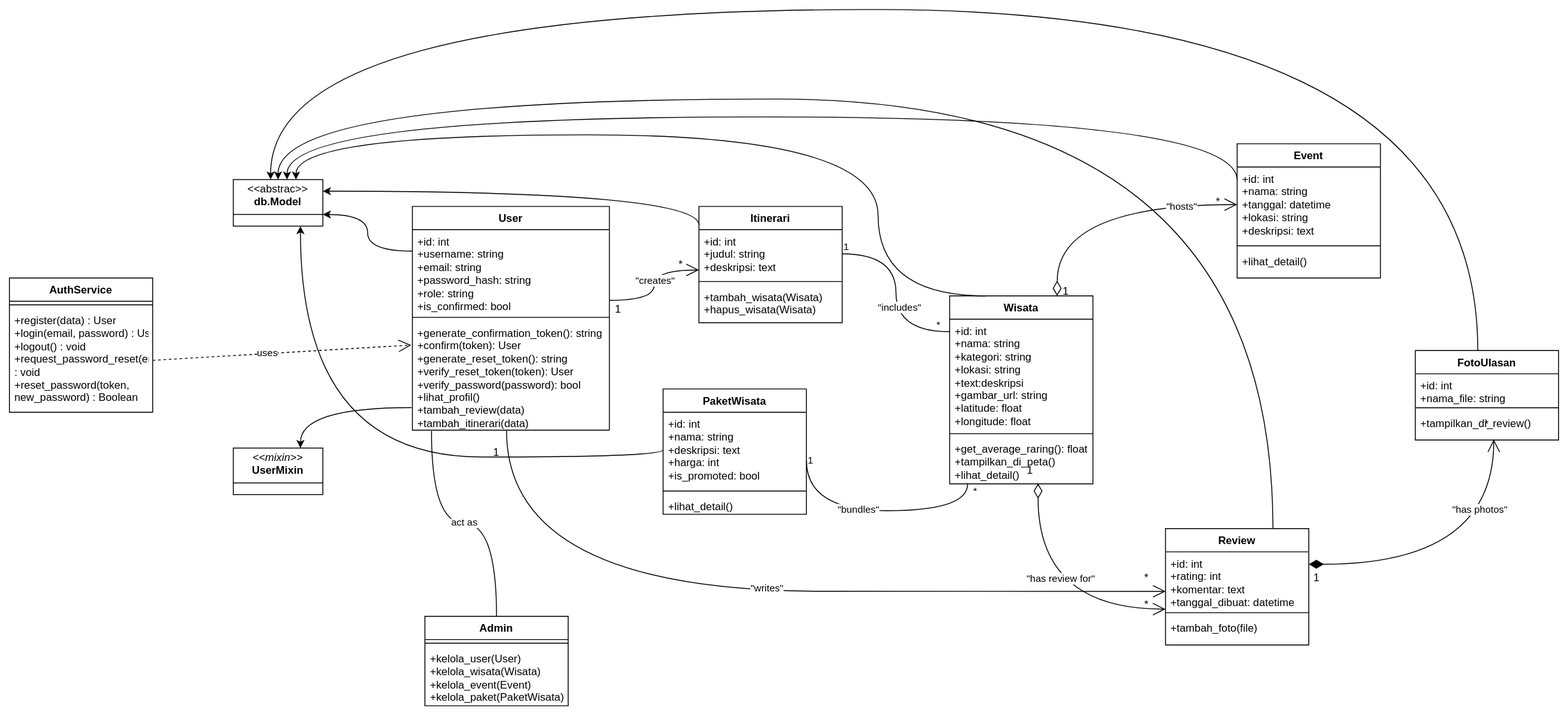
The draw.io diagram assets/architecture/class_diagrams/classdiagram.svg in 0xPutri/Lelana.id, before a commit. Source tidied: cells renumbered, new cells last; positions are measured from the earlier drawing's top-left corner, leaving out a move shared by most shapes.
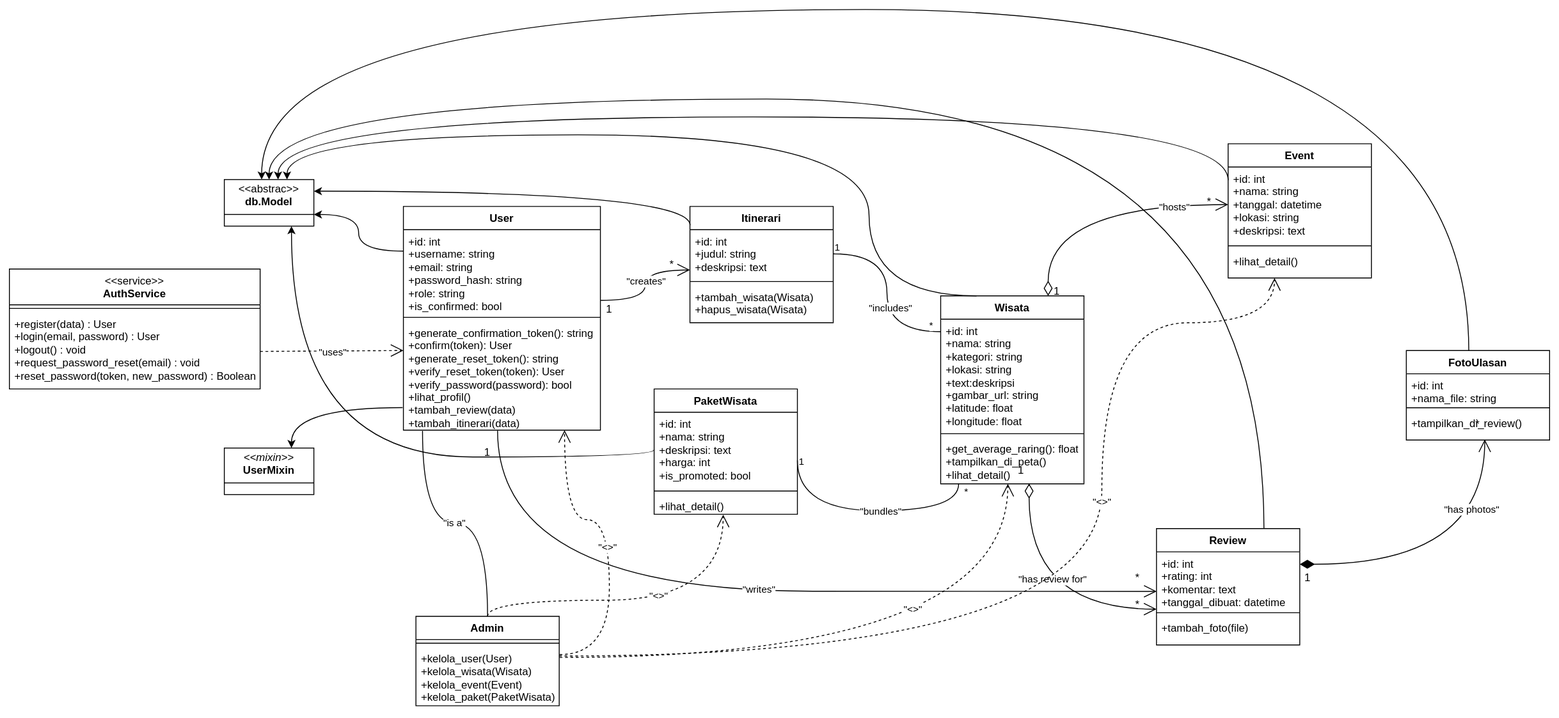
The same diagram one commit later.

Commit message:
docs: refine database normalization and class diagram

Change to the diagram source:
```diff
@@ -126,7 +126,7 @@
       </mxGeometry>
     </mxCell>
     <mxCell id="35" value="&quot;bundles&quot;" style="edgeLabel;html=1;align=center;verticalAlign=middle;" parent="32" vertex="1">
-      <mxGeometry x="-0.15" y="1" relative="1" as="geometry" />
+      <mxGeometry x="0.11" relative="1" as="geometry" />
     </mxCell>
     <mxCell id="36" style="endArrow=classic;html=1;rounded=0;edgeStyle=orthogonalEdgeStyle;curved=1;exitX=0.25;exitY=0;exitDx=0;exitDy=0;entryX=0.7;entryY=0;entryDx=0;entryDy=0;entryPerimeter=0;" parent="1" edge="1" source="22" target="7">
       <mxGeometry relative="1" as="geometry">
@@ -270,23 +270,67 @@
     <mxCell id="71" style="endArrow=none;html=1;rounded=0;entryX=0.5;entryY=0;entryDx=0;entryDy=0;exitX=0.097;exitY=1.007;exitDx=0;exitDy=0;exitPerimeter=0;edgeStyle=orthogonalEdgeStyle;curved=1;" parent="1" edge="1" source="5" target="68">
       <mxGeometry relative="1" as="geometry" />
     </mxCell>
-    <mxCell id="72" value="act as" style="edgeLabel;html=1;align=center;verticalAlign=middle;" parent="71" vertex="1">
+    <mxCell id="72" value="&quot;is a&quot;" style="edgeLabel;html=1;align=center;verticalAlign=middle;" parent="71" vertex="1">
       <mxGeometry x="-0.01" y="1" relative="1" as="geometry" />
     </mxCell>
-    <mxCell id="73" value="AuthService" style="swimlane;fontStyle=1;align=center;verticalAlign=top;horizontal=1;startSize=26;whiteSpace=wrap;html=1;" parent="1" vertex="1">
-      <mxGeometry y="300" width="160" height="150" as="geometry" />
+    <mxCell id="73" value="&lt;div&gt;&lt;span style=&quot;font-weight: normal;&quot;&gt;&amp;lt;&amp;lt;service&amp;gt;&amp;gt;&lt;/span&gt;&lt;/div&gt;AuthService" style="swimlane;fontStyle=1;align=center;verticalAlign=top;horizontal=1;startSize=40;whiteSpace=wrap;html=1;" parent="1" vertex="1">
+      <mxGeometry x="10" y="290" width="280" height="134" as="geometry" />
     </mxCell>
     <mxCell id="74" style="line;strokeWidth=1;fillColor=none;align=left;verticalAlign=middle;spacingTop=-1;spacingLeft=3;spacingRight=3;labelPosition=right;strokeColor=inherit;" parent="73" vertex="1">
-      <mxGeometry y="26" width="160" height="8" as="geometry" />
+      <mxGeometry y="40" width="280" height="8" as="geometry" />
     </mxCell>
     <mxCell id="75" value="+register(data) : User&lt;div&gt;+login(email, password) : User&lt;/div&gt;&lt;div&gt;+logout() : void&lt;/div&gt;&lt;div&gt;+request_password_reset(email) : void&lt;/div&gt;&lt;div&gt;+reset_password(token, new_password) : Boolean&lt;/div&gt;" style="text;strokeColor=none;fillColor=none;align=left;verticalAlign=top;spacingLeft=4;spacingRight=4;overflow=hidden;points=[[0,0.5],[1,0.5]];portConstraint=eastwest;whiteSpace=wrap;html=1;" parent="73" vertex="1">
-      <mxGeometry y="34" width="160" height="116" as="geometry" />
+      <mxGeometry y="48" width="280" height="86" as="geometry" />
     </mxCell>
-    <mxCell id="76" style="endArrow=open;endSize=12;dashed=1;html=1;rounded=0;exitX=1;exitY=0.5;exitDx=0;exitDy=0;entryX=-0.006;entryY=0.221;entryDx=0;entryDy=0;entryPerimeter=0;" parent="1" edge="1" source="75" target="5">
-      <mxGeometry relative="1" as="geometry" />
+    <mxCell id="76" style="endArrow=open;endSize=12;dashed=1;html=1;rounded=0;exitX=1;exitY=0.5;exitDx=0;exitDy=0;entryX=0;entryY=0.262;entryDx=0;entryDy=0;entryPerimeter=0;" parent="1" edge="1">
+      <mxGeometry relative="1" as="geometry">
+        <mxPoint x="290" y="382" as="sourcePoint" />
+        <mxPoint x="450" y="381" as="targetPoint" />
+      </mxGeometry>
     </mxCell>
-    <mxCell id="77" value="uses" style="edgeLabel;html=1;align=center;verticalAlign=middle;" parent="76" vertex="1">
-      <mxGeometry x="-0.12" y="1" relative="1" as="geometry" />
-    </mxCell>
+    <mxCell id="78" value="&quot;uses&quot;" style="edgeLabel;html=1;align=center;verticalAlign=middle;" parent="76" vertex="1">
+      <mxGeometry relative="1" as="geometry" />
+    </mxCell>
+    <mxCell id="79" style="endArrow=open;endSize=12;dashed=1;html=1;rounded=0;exitX=1.002;exitY=0.133;exitDx=0;exitDy=0;exitPerimeter=0;entryX=0.818;entryY=1;entryDx=0;entryDy=0;entryPerimeter=0;edgeStyle=orthogonalEdgeStyle;curved=1;" parent="1" edge="1" source="70" target="5">
+      <mxGeometry relative="1" as="geometry">
+        <Array as="points">
+          <mxPoint x="680" y="721" />
+          <mxPoint x="680" y="570" />
+          <mxPoint x="630" y="570" />
+        </Array>
+      </mxGeometry>
+    </mxCell>
+    <mxCell id="80" value="&quot;&amp;lt;&amp;gt;&quot;" style="edgeLabel;html=1;align=center;verticalAlign=middle;" parent="79" vertex="1">
+      <mxGeometry x="-0.02" y="3" relative="1" as="geometry" />
+    </mxCell>
+    <mxCell id="81" style="endArrow=open;endSize=12;dashed=1;html=1;rounded=0;entryX=0.482;entryY=1.018;entryDx=0;entryDy=0;entryPerimeter=0;exitX=0.5;exitY=0;exitDx=0;exitDy=0;edgeStyle=orthogonalEdgeStyle;curved=1;" parent="1" edge="1" source="68" target="11">
+      <mxGeometry relative="1" as="geometry">
+        <Array as="points">
+          <mxPoint x="544" y="660" />
+          <mxPoint x="807" y="660" />
+        </Array>
+      </mxGeometry>
+    </mxCell>
+    <mxCell id="82" value="&quot;&amp;lt;&amp;gt;&quot;" style="edgeLabel;html=1;align=center;verticalAlign=middle;" parent="81" vertex="1">
+      <mxGeometry x="0.1" y="6" relative="1" as="geometry" />
+    </mxCell>
+    <mxCell id="83" style="endArrow=open;endSize=12;dashed=1;html=1;rounded=0;entryX=0.324;entryY=1;entryDx=0;entryDy=0;entryPerimeter=0;edgeStyle=orthogonalEdgeStyle;curved=1;exitX=0.999;exitY=0.157;exitDx=0;exitDy=0;exitPerimeter=0;" parent="1" edge="1" source="70" target="53">
+      <mxGeometry relative="1" as="geometry">
+        <Array as="points">
+          <mxPoint x="1230" y="722" />
+          <mxPoint x="1230" y="350" />
+          <mxPoint x="1423" y="350" />
+        </Array>
+      </mxGeometry>
+    </mxCell>
+    <mxCell id="84" value="&quot;&amp;lt;&amp;gt;&quot;" style="edgeLabel;html=1;align=center;verticalAlign=middle;" parent="83" vertex="1">
+      <mxGeometry x="0.28" y="1" relative="1" as="geometry" />
+    </mxCell>
+    <mxCell id="85" style="endArrow=open;endSize=12;dashed=1;html=1;rounded=0;exitX=1.003;exitY=0.182;exitDx=0;exitDy=0;exitPerimeter=0;entryX=0.25;entryY=1;entryDx=0;entryDy=0;edgeStyle=orthogonalEdgeStyle;curved=1;" parent="1" edge="1" source="70" target="48">
+      <mxGeometry relative="1" as="geometry" />
+    </mxCell>
+    <mxCell id="86" value="&quot;&amp;lt;&amp;gt;&quot;" style="edgeLabel;html=1;align=center;verticalAlign=middle;" parent="85" vertex="1">
+      <mxGeometry x="0.13" y="55" relative="1" as="geometry" />
+    </mxCell>
   </root>
 </mxGraphModel>
```
